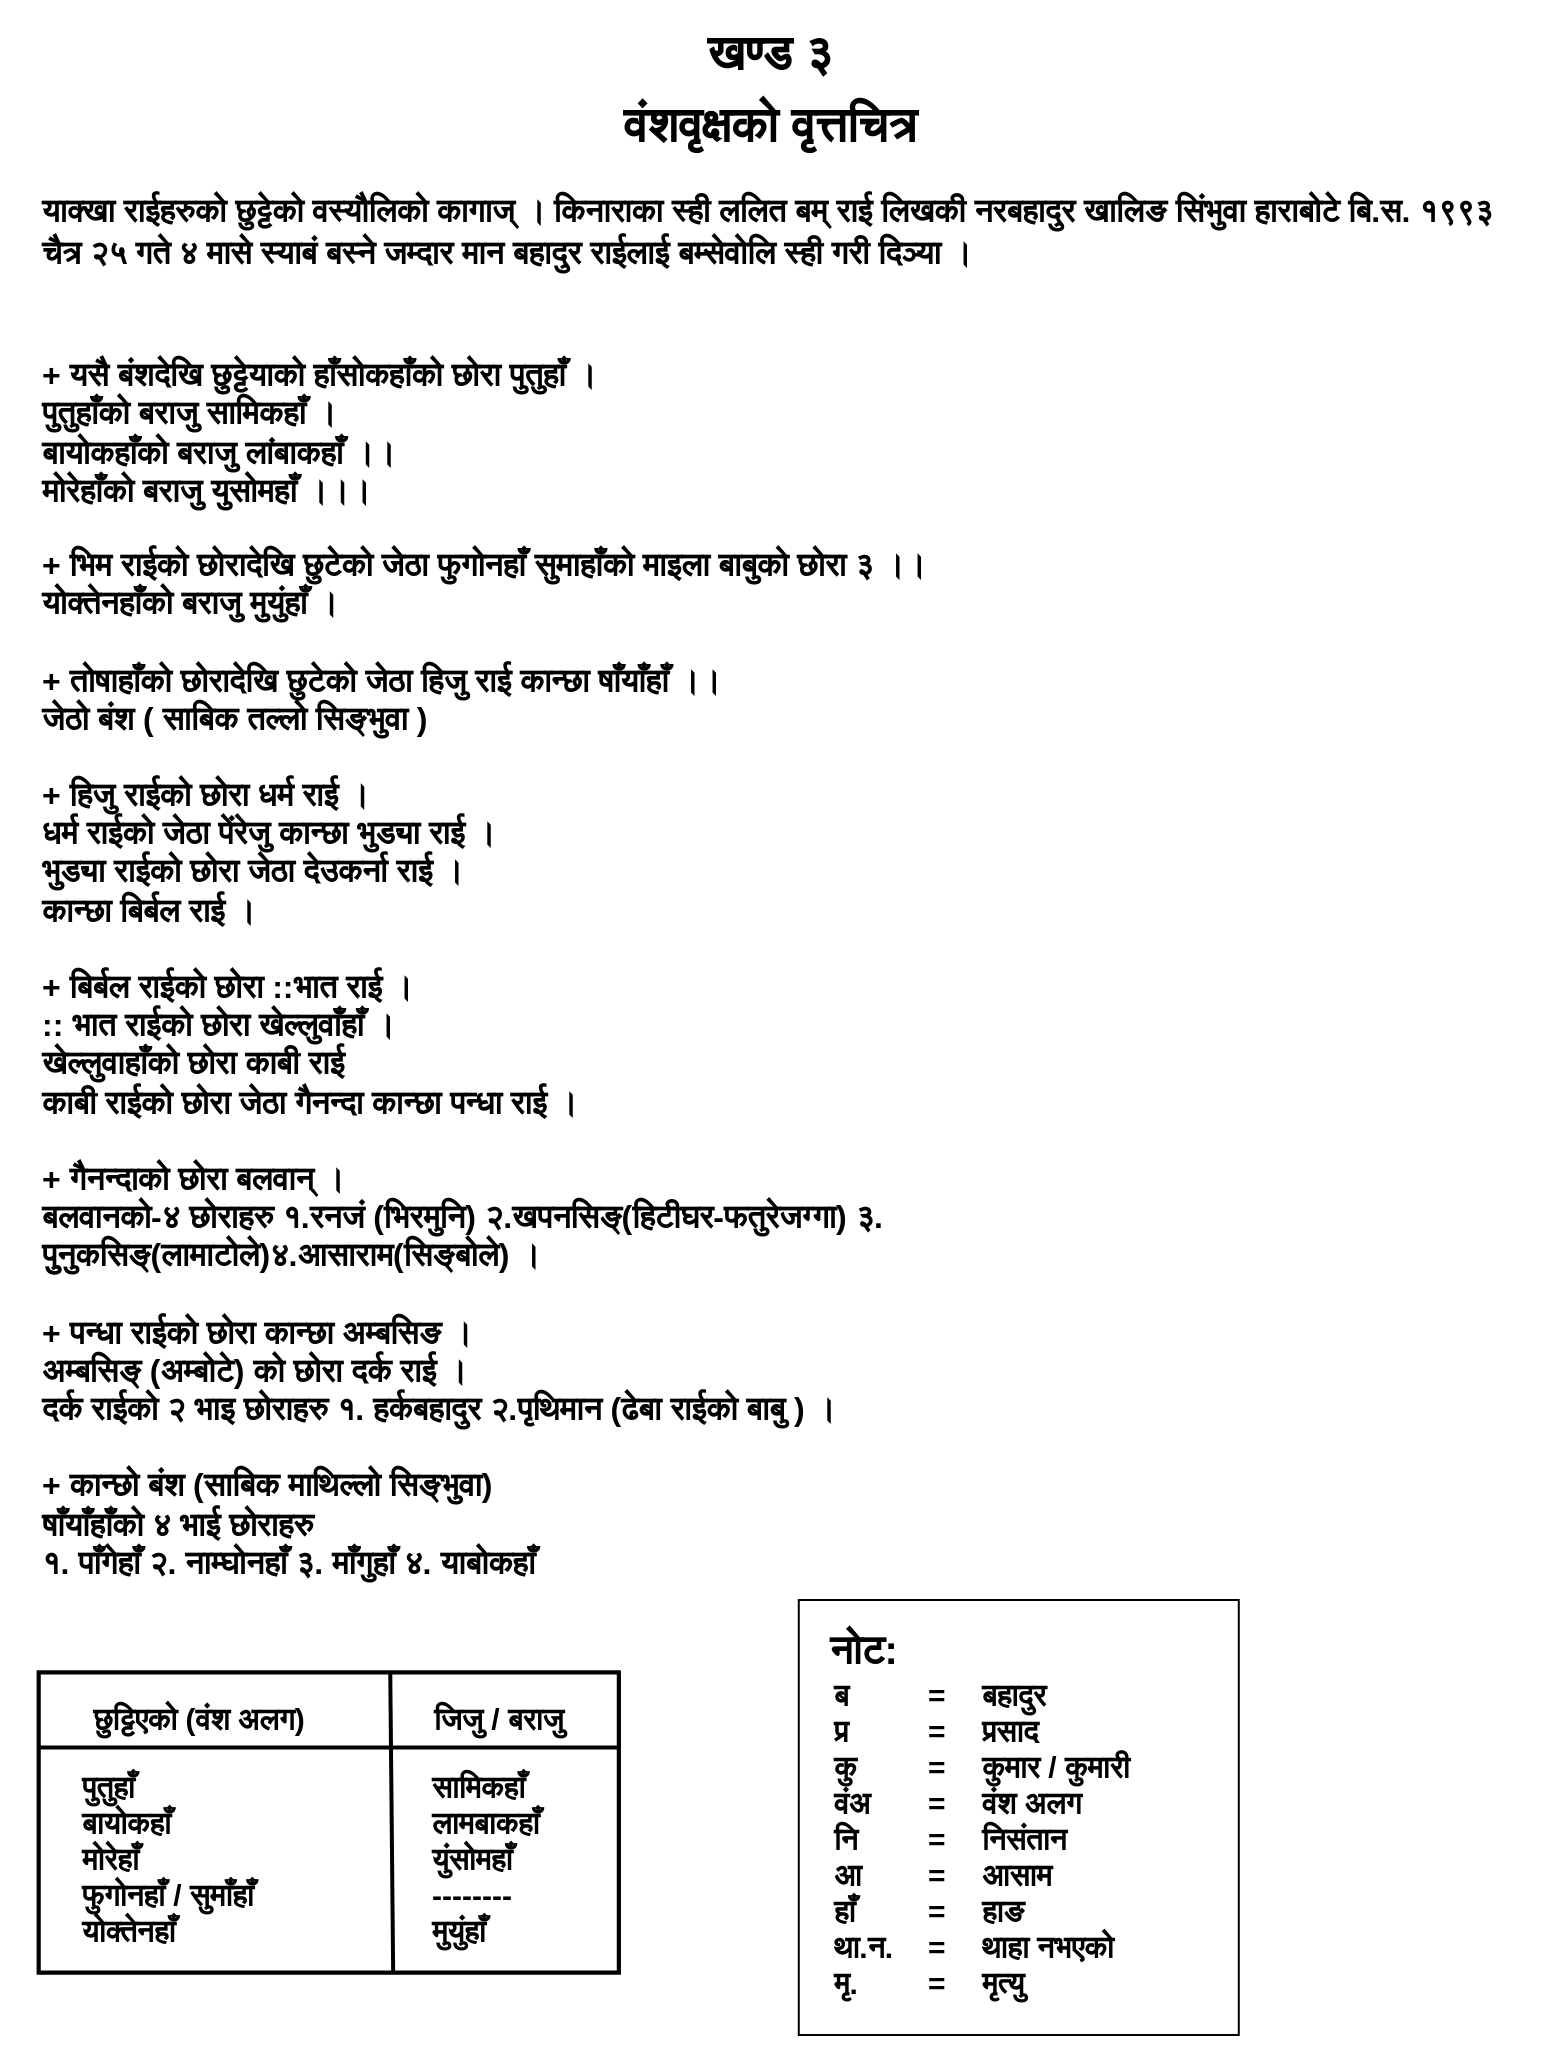
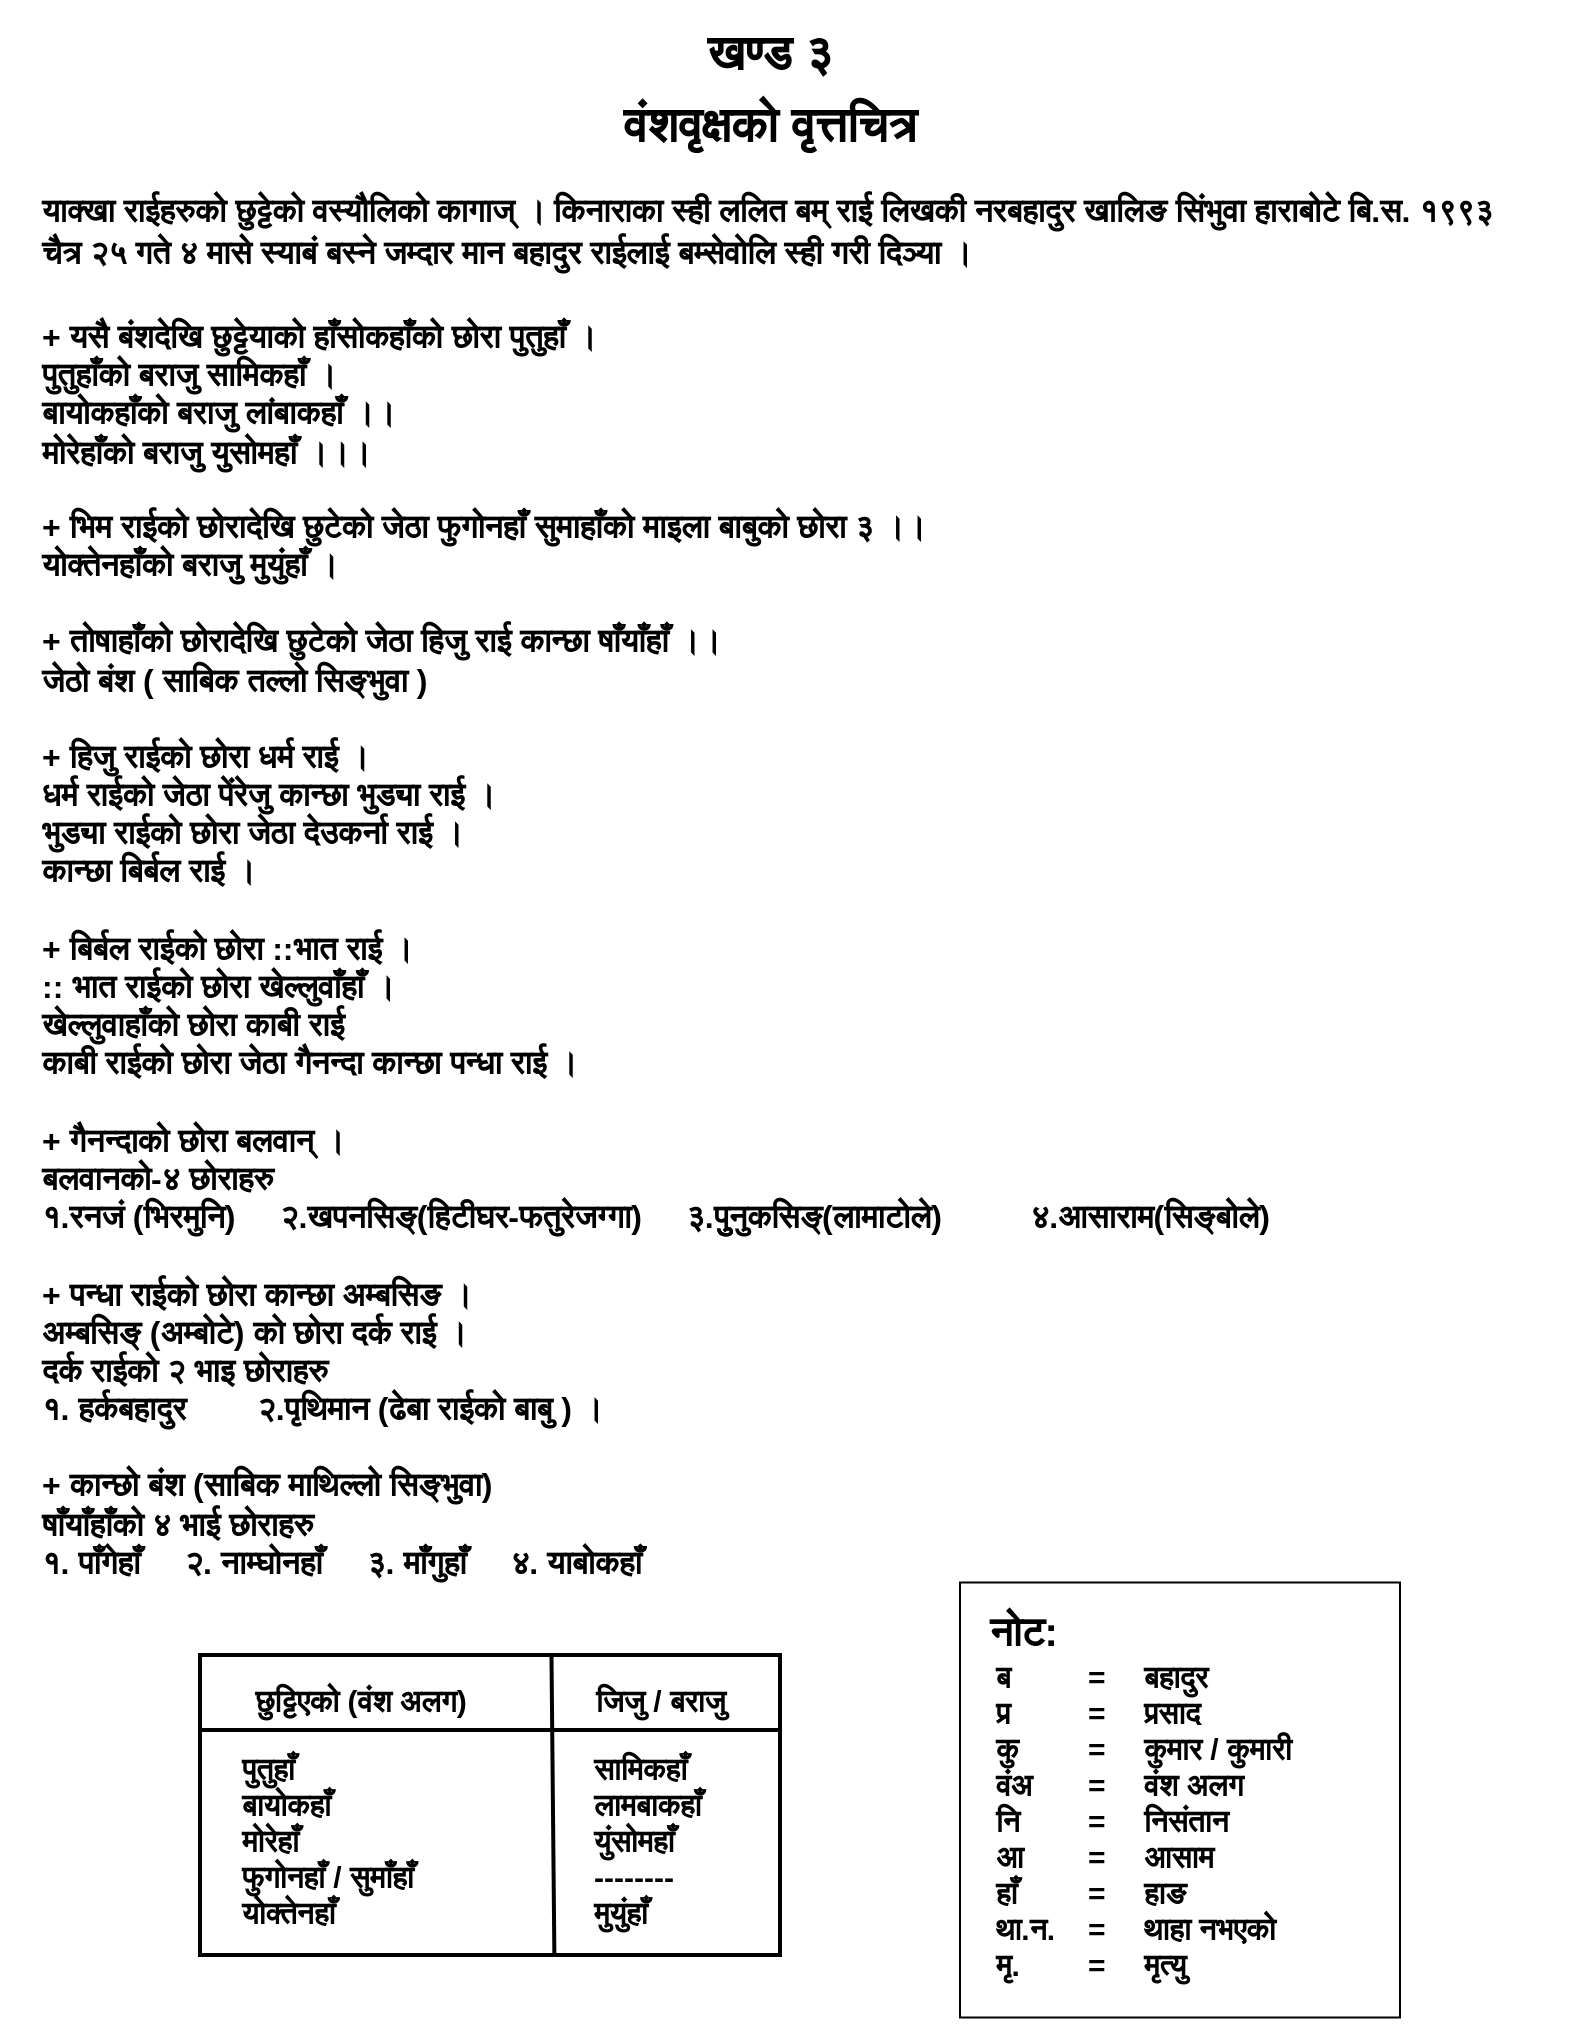
<mxfile host="app.diagrams.net">
  <diagram name="Page-1" id="8f1rnoJ54imUJZ3Wqrcn">
    <mxGraphModel dx="1704" dy="1028" grid="1" gridSize="10" guides="1" tooltips="1" connect="1" arrows="1" fold="1" page="1" pageScale="1" pageWidth="850" pageHeight="1100" math="0" shadow="0">
      <root>
        <mxCell id="0" />
        <mxCell id="1" parent="0" />
        <mxCell id="NBtEsrI96ws6vpRakEqm-1" parent="1" style="rounded=0;whiteSpace=wrap;html=1;" value="" vertex="1">
-           <mxGeometry height="217.5" width="220" x="449.39" y="830" as="geometry" />
+           <mxGeometry height="217.5" width="220" x="530" y="821.25" as="geometry" />
        </mxCell>
        <mxCell id="NBtEsrI96ws6vpRakEqm-2" parent="1" style="text;whiteSpace=wrap;html=1;align=left;fontSize=15;verticalAlign=bottom;fontStyle=1;strokeWidth=2;" value="&lt;font style=&quot;line-height: 1.3;&quot;&gt;&lt;br&gt;&lt;font style=&quot;font-size: 16px;&quot;&gt;याक्खा राईहरुको छुट्टेको वस्यौलिको कागाज् । किनाराका स्ही ललित बम् राई लिखकी नरबहादुर खालिङ सिंभुवा हाराबोटे बि.स. १९९३ चैत्र २५ गते ४ मासे स्याबं बस्ने जम्दार मान बहादुर राईलाई बम्सेवोलि स्ही गरी दिञ्या ।&lt;/font&gt;&lt;/font&gt;" vertex="1">
          <mxGeometry height="70" width="740" x="69.39" y="100" as="geometry" />
        </mxCell>
-         <mxCell id="NBtEsrI96ws6vpRakEqm-3" parent="1" style="text;whiteSpace=wrap;html=1;align=left;fontSize=15;verticalAlign=bottom;fontStyle=1;strokeWidth=2;" value="&lt;div&gt;&lt;font style=&quot;font-size: 16px;&quot;&gt;+ यसै बंशदेखि छुट्टेयाको हाँसोकहाँको छोरा पुतुहाँ ।&lt;/font&gt;&lt;/div&gt;&lt;div&gt;&lt;font style=&quot;font-size: 16px;&quot;&gt;पुतुहाँको बराजु सामिकहाँ ।&lt;/font&gt;&lt;/div&gt;&lt;div&gt;&lt;font style=&quot;font-size: 16px;&quot;&gt;बायोकहाँको बराजु लांबाकहाँ ।।&lt;/font&gt;&lt;/div&gt;&lt;div&gt;&lt;font style=&quot;font-size: 16px;&quot;&gt;मोरेहाँको बराजु युसोमहाँ ।।।&lt;/font&gt;&lt;/div&gt;&lt;div&gt;&lt;br&gt;&lt;/div&gt;&lt;div&gt;&lt;font style=&quot;font-size: 16px;&quot;&gt;+ भिम राईको छोरादेखि छुटेको जेठा फुगोनहाँ सुमाहाँको माइला बाबुको छोरा ३ ।।&lt;/font&gt;&lt;/div&gt;&lt;div&gt;&lt;font style=&quot;font-size: 16px;&quot;&gt;योक्तेनहाँको बराजु मुयुंहाँ ।&lt;/font&gt;&lt;/div&gt;&lt;div&gt;&lt;font style=&quot;font-size: 16px;&quot;&gt;&lt;br&gt;&lt;/font&gt;&lt;/div&gt;&lt;div&gt;&lt;font style=&quot;font-size: 16px;&quot;&gt;+ तोषाहाँको छोरादेखि छुटेको जेठा हिजु राई कान्छा षाँयाँहाँ ।।&lt;/font&gt;&lt;/div&gt;&lt;div&gt;&lt;font style=&quot;font-size: 16px;&quot;&gt;जेठो बंश ( साबिक तल्लो सिङ्भुवा )&lt;/font&gt;&lt;/div&gt;&lt;div&gt;&lt;font style=&quot;font-size: 16px;&quot;&gt;&lt;br&gt;&lt;/font&gt;&lt;/div&gt;&lt;div&gt;&lt;font style=&quot;font-size: 16px;&quot;&gt;+ हिजु राईको छोरा धर्म राई ।&lt;/font&gt;&lt;/div&gt;&lt;div&gt;&lt;font style=&quot;font-size: 16px;&quot;&gt;धर्म राईको जेठा पेंरेजु कान्छा भुड्या राई ।&lt;/font&gt;&lt;/div&gt;&lt;div&gt;&lt;font style=&quot;font-size: 16px;&quot;&gt;भुड्या राईको छोरा जेठा देउकर्ना राई ।&lt;/font&gt;&lt;/div&gt;&lt;div&gt;&lt;font style=&quot;font-size: 16px;&quot;&gt;कान्छा बिर्बल राई ।&lt;/font&gt;&lt;/div&gt;&lt;div&gt;&lt;font style=&quot;font-size: 16px;&quot;&gt;&lt;br&gt;&lt;/font&gt;&lt;/div&gt;&lt;div&gt;&lt;font style=&quot;font-size: 16px;&quot;&gt;+ बिर्बल राईको छोरा ::भात राई ।&lt;/font&gt;&lt;/div&gt;&lt;div&gt;&lt;font style=&quot;font-size: 16px;&quot;&gt;:: भात राईको छोरा खेल्लुवाँहाँ ।&lt;/font&gt;&lt;/div&gt;&lt;div&gt;&lt;font style=&quot;font-size: 16px;&quot;&gt;खेल्लुवाहाँको छोरा काबी राई&amp;nbsp;&lt;/font&gt;&lt;/div&gt;&lt;div&gt;&lt;font style=&quot;font-size: 16px;&quot;&gt;काबी राईको छोरा जेठा गैनन्दा कान्छा पन्धा राई ।&lt;/font&gt;&lt;/div&gt;&lt;div&gt;&lt;font style=&quot;font-size: 16px;&quot;&gt;&lt;br&gt;&lt;/font&gt;&lt;/div&gt;&lt;div&gt;&lt;font style=&quot;font-size: 16px;&quot;&gt;+ गैनन्दाको छोरा बलवान् ।&lt;/font&gt;&lt;/div&gt;&lt;div&gt;&lt;font style=&quot;font-size: 16px;&quot;&gt;बलवानको-४ छोराहरु १.रनजं (भिरमुनि) २.खपनसिङ्(हिटीघर-फतुरेजग्गा) ३.&lt;/font&gt;&lt;/div&gt;&lt;div&gt;&lt;font style=&quot;font-size: 16px;&quot;&gt;पुुनुकसिङ्(लामाटोले)४.आसाराम(सिङ्बोले) ।&lt;/font&gt;&lt;/div&gt;&lt;div&gt;&lt;font style=&quot;font-size: 16px;&quot;&gt;&lt;br&gt;&lt;/font&gt;&lt;/div&gt;&lt;div&gt;&lt;font style=&quot;font-size: 16px;&quot;&gt;+ पन्धा राईको छोरा कान्छा अम्बसिङ ।&lt;/font&gt;&lt;/div&gt;&lt;div&gt;&lt;font style=&quot;font-size: 16px;&quot;&gt;अम्बसिङ् (अम्बोटे) को छोरा दर्क राई ।&lt;/font&gt;&lt;/div&gt;&lt;div&gt;&lt;font style=&quot;font-size: 16px;&quot;&gt;दर्क राईको २ भाइ छोराहरु १. हर्कबहादुर २.पृथिमान (ढेबा राईको बाबु ) ।&lt;/font&gt;&lt;/div&gt;&lt;div&gt;&lt;font style=&quot;font-size: 16px;&quot;&gt;&lt;br&gt;&lt;/font&gt;&lt;/div&gt;&lt;div&gt;&lt;font style=&quot;font-size: 16px;&quot;&gt;+ कान्छो बंश (साबिक माथिल्लो सिङ्भुवा)&lt;/font&gt;&lt;/div&gt;&lt;div&gt;&lt;font style=&quot;font-size: 16px;&quot;&gt;षाँयाँहाँको ४ भाई छोराहरु&amp;nbsp;&lt;/font&gt;&lt;/div&gt;&lt;div&gt;&lt;font style=&quot;font-size: 16px;&quot;&gt;१. पाँगेहाँ २. नाम्घोनहाँ ३. माँगुहाँ ४. याबोकहाँ&amp;nbsp;&lt;/font&gt;&lt;/div&gt;" vertex="1">
-           <mxGeometry height="692.5" width="565" x="69.39" y="130" as="geometry" />
+         <mxCell id="NBtEsrI96ws6vpRakEqm-3" parent="1" style="text;whiteSpace=wrap;html=1;align=left;fontSize=15;verticalAlign=bottom;fontStyle=1;strokeWidth=2;" value="&lt;div&gt;&lt;font style=&quot;font-size: 16px;&quot;&gt;+ यसै बंशदेखि छुट्टेयाको हाँसोकहाँको छोरा पुतुहाँ ।&lt;/font&gt;&lt;/div&gt;&lt;div&gt;&lt;font style=&quot;font-size: 16px;&quot;&gt;पुतुहाँको बराजु सामिकहाँ ।&lt;/font&gt;&lt;/div&gt;&lt;div&gt;&lt;font style=&quot;font-size: 16px;&quot;&gt;बायोकहाँको बराजु लांबाकहाँ ।।&lt;/font&gt;&lt;/div&gt;&lt;div&gt;&lt;font style=&quot;font-size: 16px;&quot;&gt;मोरेहाँको बराजु युसोमहाँ ।।।&lt;/font&gt;&lt;/div&gt;&lt;div&gt;&lt;br&gt;&lt;/div&gt;&lt;div&gt;&lt;font style=&quot;font-size: 16px;&quot;&gt;+ भिम राईको छोरादेखि छुटेको जेठा फुगोनहाँ सुमाहाँको माइला बाबुको छोरा ३ ।।&lt;/font&gt;&lt;/div&gt;&lt;div&gt;&lt;font style=&quot;font-size: 16px;&quot;&gt;योक्तेनहाँको बराजु मुयुंहाँ ।&lt;/font&gt;&lt;/div&gt;&lt;div&gt;&lt;font style=&quot;font-size: 16px;&quot;&gt;&lt;br&gt;&lt;/font&gt;&lt;/div&gt;&lt;div&gt;&lt;font style=&quot;font-size: 16px;&quot;&gt;+ तोषाहाँको छोरादेखि छुटेको जेठा हिजु राई कान्छा षाँयाँहाँ ।।&lt;/font&gt;&lt;/div&gt;&lt;div&gt;&lt;font style=&quot;font-size: 16px;&quot;&gt;जेठो बंश ( साबिक तल्लो सिङ्भुवा )&lt;/font&gt;&lt;/div&gt;&lt;div&gt;&lt;font style=&quot;font-size: 16px;&quot;&gt;&lt;br&gt;&lt;/font&gt;&lt;/div&gt;&lt;div&gt;&lt;font style=&quot;font-size: 16px;&quot;&gt;+ हिजु राईको छोरा धर्म राई ।&lt;/font&gt;&lt;/div&gt;&lt;div&gt;&lt;font style=&quot;font-size: 16px;&quot;&gt;धर्म राईको जेठा पेंरेजु कान्छा भुड्या राई ।&lt;/font&gt;&lt;/div&gt;&lt;div&gt;&lt;font style=&quot;font-size: 16px;&quot;&gt;भुड्या राईको छोरा जेठा देउकर्ना राई ।&lt;/font&gt;&lt;/div&gt;&lt;div&gt;&lt;font style=&quot;font-size: 16px;&quot;&gt;कान्छा बिर्बल राई ।&lt;/font&gt;&lt;/div&gt;&lt;div&gt;&lt;font style=&quot;font-size: 16px;&quot;&gt;&lt;br&gt;&lt;/font&gt;&lt;/div&gt;&lt;div&gt;&lt;font style=&quot;font-size: 16px;&quot;&gt;+ बिर्बल राईको छोरा ::भात राई ।&lt;/font&gt;&lt;/div&gt;&lt;div&gt;&lt;font style=&quot;font-size: 16px;&quot;&gt;:: भात राईको छोरा खेल्लुवाँहाँ ।&lt;/font&gt;&lt;/div&gt;&lt;div&gt;&lt;font style=&quot;font-size: 16px;&quot;&gt;खेल्लुवाहाँको छोरा काबी राई&amp;nbsp;&lt;/font&gt;&lt;/div&gt;&lt;div&gt;&lt;font style=&quot;font-size: 16px;&quot;&gt;काबी राईको छोरा जेठा गैनन्दा कान्छा पन्धा राई ।&lt;/font&gt;&lt;/div&gt;&lt;div&gt;&lt;font style=&quot;font-size: 16px;&quot;&gt;&lt;br&gt;&lt;/font&gt;&lt;/div&gt;&lt;div&gt;&lt;font style=&quot;font-size: 16px;&quot;&gt;+ गैनन्दाको छोरा बलवान् ।&lt;/font&gt;&lt;/div&gt;&lt;div&gt;&lt;font style=&quot;font-size: 16px;&quot;&gt;बलवानको-४ छोराहरु&lt;/font&gt;&lt;/div&gt;&lt;div&gt;&lt;font style=&quot;font-size: 16px;&quot;&gt;१.रनजं (भिरमुनि)&amp;nbsp; &amp;nbsp; &amp;nbsp;२.खपनसिङ्(हिटीघर-फतुरेजग्गा)&amp;nbsp; &amp;nbsp; &amp;nbsp;३.&lt;/font&gt;&lt;span style=&quot;font-size: 16px; background-color: transparent; color: light-dark(rgb(0, 0, 0), rgb(255, 255, 255));&quot;&gt;पुुनुकसिङ्(लामाटोले)&lt;/span&gt;&lt;span style=&quot;font-size: 16px;&quot;&gt;&amp;nbsp; &amp;nbsp; &amp;nbsp; &amp;nbsp; &amp;nbsp;&amp;nbsp;&lt;/span&gt;&lt;span style=&quot;font-size: 16px; background-color: transparent; color: light-dark(rgb(0, 0, 0), rgb(255, 255, 255));&quot;&gt;४.आसाराम(सिङ्बोले)&lt;/span&gt;&lt;/div&gt;&lt;div&gt;&lt;font style=&quot;font-size: 16px;&quot;&gt;&lt;br&gt;&lt;/font&gt;&lt;/div&gt;&lt;div&gt;&lt;font style=&quot;font-size: 16px;&quot;&gt;+ पन्धा राईको छोरा कान्छा अम्बसिङ ।&lt;/font&gt;&lt;/div&gt;&lt;div&gt;&lt;font style=&quot;font-size: 16px;&quot;&gt;अम्बसिङ् (अम्बोटे) को छोरा दर्क राई ।&lt;/font&gt;&lt;/div&gt;&lt;div&gt;&lt;font style=&quot;font-size: 16px;&quot;&gt;दर्क राईको २ भाइ छोराहरु&lt;/font&gt;&lt;/div&gt;&lt;div&gt;&lt;font style=&quot;font-size: 16px;&quot;&gt;१. हर्कबहादुर&amp;nbsp; &amp;nbsp; &amp;nbsp; &amp;nbsp; २.पृथिमान (ढेबा राईको बाबु ) ।&lt;/font&gt;&lt;/div&gt;&lt;div&gt;&lt;font style=&quot;font-size: 16px;&quot;&gt;&lt;br&gt;&lt;/font&gt;&lt;/div&gt;&lt;div&gt;&lt;font style=&quot;font-size: 16px;&quot;&gt;+ कान्छो बंश (साबिक माथिल्लो सिङ्भुवा)&lt;/font&gt;&lt;/div&gt;&lt;div&gt;&lt;font style=&quot;font-size: 16px;&quot;&gt;षाँयाँहाँको ४ भाई छोराहरु&amp;nbsp;&lt;/font&gt;&lt;/div&gt;&lt;div&gt;&lt;font style=&quot;font-size: 16px;&quot;&gt;१. पाँगेहाँ&amp;nbsp; &amp;nbsp; &amp;nbsp;२. नाम्घोनहाँ&amp;nbsp; &amp;nbsp; &amp;nbsp;३. माँगुहाँ&amp;nbsp; &amp;nbsp; &amp;nbsp;४. याबोकहाँ&amp;nbsp;&lt;/font&gt;&lt;/div&gt;" vertex="1">
+           <mxGeometry height="692.5" width="770.61" x="69.39" y="130" as="geometry" />
        </mxCell>
        <mxCell id="NBtEsrI96ws6vpRakEqm-4" parent="1" style="text;whiteSpace=wrap;html=1;fontSize=30;align=center;strokeWidth=2;" value="&lt;b&gt;&lt;font style=&quot;font-size: 24px;&quot;&gt;खण्ड ३&lt;/font&gt;&lt;/b&gt;&lt;div&gt;&lt;b&gt;&lt;font style=&quot;font-size: 24px;&quot;&gt;वंशवृक्षको वृत्तचित्र&lt;/font&gt;&lt;/b&gt;&lt;/div&gt;" vertex="1">
          <mxGeometry height="50" width="770" x="50" y="30" as="geometry" />
        </mxCell>
        <mxCell id="NBtEsrI96ws6vpRakEqm-5" parent="1" style="rounded=0;whiteSpace=wrap;html=1;fontSize=15;align=left;fontStyle=1;strokeWidth=2;" value="" vertex="1">
-           <mxGeometry height="150" width="290" x="69.39" y="866.25" as="geometry" />
+           <mxGeometry height="150" width="290" x="150" y="857.5" as="geometry" />
        </mxCell>
        <mxCell id="NBtEsrI96ws6vpRakEqm-6" parent="1" style="text;html=1;align=center;verticalAlign=middle;resizable=0;points=[];autosize=1;strokeColor=none;fillColor=none;fontSize=15;fontStyle=1;strokeWidth=2;" value="&lt;span style=&quot;font-size: 15px;&quot;&gt;छुट्टिएको (&lt;/span&gt;&lt;span style=&quot;font-size: 15px;&quot;&gt;&lt;span style=&quot;font-size: 15px;&quot;&gt;वंश अलग&lt;/span&gt;&lt;/span&gt;&lt;span style=&quot;font-size: 15px;&quot;&gt;)&lt;/span&gt;" vertex="1">
-           <mxGeometry height="20" width="140" x="79.39" y="878.75" as="geometry" />
+           <mxGeometry height="20" width="140" x="160" y="870" as="geometry" />
        </mxCell>
        <mxCell id="NBtEsrI96ws6vpRakEqm-7" parent="1" style="text;html=1;align=center;verticalAlign=middle;resizable=0;points=[];autosize=1;strokeColor=none;fillColor=none;fontSize=15;fontStyle=1;strokeWidth=2;" value="&lt;span style=&quot;font-size: 15px;&quot;&gt;जिजु / बराजु&amp;nbsp;&lt;/span&gt;" vertex="1">
-           <mxGeometry height="20" width="100" x="251.46000000000015" y="878.75" as="geometry" />
+           <mxGeometry height="20" width="100" x="332.07000000000016" y="870" as="geometry" />
        </mxCell>
        <mxCell id="NBtEsrI96ws6vpRakEqm-8" parent="1" style="text;html=1;align=left;verticalAlign=middle;resizable=0;points=[];autosize=1;strokeColor=none;fillColor=none;fontSize=15;fontStyle=1;strokeWidth=2;" value="&lt;span style=&quot;font-family: calibri, sans-serif; font-size: 15px; text-align: center;&quot;&gt;पुत्लुङहाँ&lt;br style=&quot;font-size: 15px;&quot;&gt;&lt;/span&gt;बायोकहॅा&lt;br style=&quot;font-size: 15px;&quot;&gt;मोरेहाँ&amp;nbsp;&lt;br style=&quot;font-size: 15px;&quot;&gt;फुगोनहाँ/सुमाँहाँ&lt;br style=&quot;font-size: 15px;&quot;&gt;योक्तेनहाँ" vertex="1">
-           <mxGeometry height="100" width="110" x="88.77999999999987" y="909" as="geometry" />
+           <mxGeometry height="100" width="110" x="169.38999999999987" y="900.25" as="geometry" />
        </mxCell>
        <mxCell id="NBtEsrI96ws6vpRakEqm-9" parent="1" style="text;html=1;strokeColor=none;fillColor=none;align=left;verticalAlign=middle;whiteSpace=wrap;rounded=0;fontSize=15;fontStyle=1;strokeWidth=2;" value="सामिकहाँ&lt;br style=&quot;font-size: 15px;&quot;&gt;लामबाकहॅा&lt;br style=&quot;font-size: 15px;&quot;&gt;युंसोमहाँ&lt;br style=&quot;font-size: 15px;&quot;&gt;&lt;span style=&quot;font-size: 15px;&quot;&gt;--------&lt;br style=&quot;font-size: 15px;&quot;&gt;&lt;/span&gt;मुयुंहाँ" vertex="1">
-           <mxGeometry height="47.5" width="120.01" x="264.37999999999977" y="935.25" as="geometry" />
+           <mxGeometry height="47.5" width="120.01" x="344.9899999999998" y="926.5" as="geometry" />
        </mxCell>
        <mxCell id="NBtEsrI96ws6vpRakEqm-10" edge="1" parent="1" source="NBtEsrI96ws6vpRakEqm-5" style="endArrow=none;html=1;rounded=0;fontSize=15;entryX=0.606;entryY=0.001;entryDx=0;entryDy=0;entryPerimeter=0;exitX=0.611;exitY=0.999;exitDx=0;exitDy=0;exitPerimeter=0;fontStyle=1;strokeWidth=2;" target="NBtEsrI96ws6vpRakEqm-5" value="">
          <mxGeometry height="50" relative="1" width="50" as="geometry">
-             <mxPoint x="284.7500000000001" y="1108.75" as="sourcePoint" />
-             <mxPoint x="91.75000000000013" y="948.75" as="targetPoint" />
+             <mxPoint x="365.3600000000001" y="1100" as="sourcePoint" />
+             <mxPoint x="172.36000000000013" y="940" as="targetPoint" />
          </mxGeometry>
        </mxCell>
        <mxCell id="NBtEsrI96ws6vpRakEqm-11" parent="1" style="text;html=1;align=left;verticalAlign=middle;resizable=0;points=[];autosize=1;strokeColor=none;fillColor=none;fontSize=15;fontStyle=1;strokeWidth=2;" value="&lt;div&gt;&lt;span style=&quot;background-color: transparent; color: light-dark(rgb(0, 0, 0), rgb(255, 255, 255));&quot;&gt;ब&amp;nbsp; &amp;nbsp; &amp;nbsp; &amp;nbsp;&lt;/span&gt;&lt;/div&gt;&lt;div style=&quot;&quot;&gt;&lt;div style=&quot;font-size: 15px;&quot;&gt;प्र&amp;nbsp; &amp;nbsp; &amp;nbsp; &amp;nbsp;&lt;/div&gt;&lt;div style=&quot;font-size: 15px;&quot;&gt;कु&amp;nbsp; &amp;nbsp; &amp;nbsp;&amp;nbsp;&lt;/div&gt;&lt;div style=&quot;font-size: 15px;&quot;&gt;वंअ&amp;nbsp; &amp;nbsp;&amp;nbsp;&lt;/div&gt;&lt;div style=&quot;font-size: 15px;&quot;&gt;नि&amp;nbsp; &amp;nbsp; &amp;nbsp;&lt;/div&gt;&lt;div style=&quot;font-size: 15px;&quot;&gt;आ&amp;nbsp;&amp;nbsp;&lt;/div&gt;&lt;div style=&quot;font-size: 15px;&quot;&gt;हाँ&amp;nbsp; &amp;nbsp;&lt;/div&gt;&lt;div style=&quot;font-size: 15px;&quot;&gt;था.न.&lt;/div&gt;&lt;div style=&quot;&quot;&gt;मृ&lt;span style=&quot;background-color: transparent; color: light-dark(rgb(0, 0, 0), rgb(255, 255, 255));&quot;&gt;.&lt;/span&gt;&lt;/div&gt;&lt;/div&gt;&lt;div style=&quot;font-size: 15px;&quot;&gt;&lt;br&gt;&lt;/div&gt;" vertex="1">
-           <mxGeometry height="190" width="60" x="465.1799999999995" y="862.5" as="geometry" />
+           <mxGeometry height="190" width="60" x="545.7899999999995" y="853.75" as="geometry" />
        </mxCell>
        <mxCell id="NBtEsrI96ws6vpRakEqm-12" edge="1" parent="1" source="NBtEsrI96ws6vpRakEqm-5" style="endArrow=none;html=1;rounded=0;fontSize=15;exitX=1;exitY=0.25;exitDx=0;exitDy=0;entryX=0;entryY=0.25;entryDx=0;entryDy=0;strokeWidth=2;" target="NBtEsrI96ws6vpRakEqm-5" value="">
          <mxGeometry height="50" relative="1" width="50" as="geometry">
-             <mxPoint x="-70.61" y="1046.25" as="sourcePoint" />
-             <mxPoint x="-20.61" y="996.25" as="targetPoint" />
+             <mxPoint x="10" y="1037.5" as="sourcePoint" />
+             <mxPoint x="60" y="987.5" as="targetPoint" />
          </mxGeometry>
        </mxCell>
        <mxCell id="NBtEsrI96ws6vpRakEqm-13" parent="1" style="rounded=0;whiteSpace=wrap;html=1;fontSize=15;align=left;fontStyle=1;strokeWidth=2;" value="" vertex="1">
-           <mxGeometry height="150" width="290" x="69.39" y="866.25" as="geometry" />
+           <mxGeometry height="150" width="290" x="150" y="857.5" as="geometry" />
        </mxCell>
        <mxCell id="NBtEsrI96ws6vpRakEqm-14" parent="1" style="text;html=1;align=center;verticalAlign=middle;resizable=0;points=[];autosize=1;strokeColor=none;fillColor=none;fontSize=15;fontStyle=1;strokeWidth=2;" value="&lt;span style=&quot;font-size: 15px;&quot;&gt;छुट्टिएको (&lt;/span&gt;&lt;span style=&quot;font-size: 15px;&quot;&gt;&lt;span style=&quot;font-size: 15px;&quot;&gt;वंश अलग&lt;/span&gt;&lt;/span&gt;&lt;span style=&quot;font-size: 15px;&quot;&gt;)&lt;/span&gt;" vertex="1">
-           <mxGeometry height="20" width="140" x="79.39" y="878.75" as="geometry" />
+           <mxGeometry height="20" width="140" x="160" y="870" as="geometry" />
        </mxCell>
        <mxCell id="NBtEsrI96ws6vpRakEqm-15" parent="1" style="text;html=1;align=center;verticalAlign=middle;resizable=0;points=[];autosize=1;strokeColor=none;fillColor=none;fontSize=15;fontStyle=1;strokeWidth=2;" value="&lt;span style=&quot;font-size: 15px;&quot;&gt;जिजु / बराजु&amp;nbsp;&lt;/span&gt;" vertex="1">
-           <mxGeometry height="20" width="100" x="251.46000000000015" y="878.75" as="geometry" />
+           <mxGeometry height="20" width="100" x="332.07000000000016" y="870" as="geometry" />
        </mxCell>
        <mxCell id="NBtEsrI96ws6vpRakEqm-16" parent="1" style="text;html=1;align=left;verticalAlign=middle;resizable=0;points=[];autosize=1;strokeColor=none;fillColor=none;fontSize=15;fontStyle=1;strokeWidth=2;" value="&lt;span style=&quot;white-space: normal;&quot;&gt;पुतुहाँ&amp;nbsp;&lt;/span&gt;&lt;span style=&quot;font-family: calibri, sans-serif; font-size: 15px; text-align: center;&quot;&gt;&lt;br style=&quot;font-size: 15px;&quot;&gt;&lt;/span&gt;बायोकहाँ&lt;br style=&quot;font-size: 15px;&quot;&gt;मोरेहाँ&amp;nbsp;&lt;br style=&quot;font-size: 15px;&quot;&gt;फुगोनहाँ /&amp;nbsp;सुमाँहाँ&lt;br style=&quot;font-size: 15px;&quot;&gt;योक्तेनहाँ" vertex="1">
-           <mxGeometry height="100" width="120" x="88.77999999999987" y="909" as="geometry" />
+           <mxGeometry height="100" width="120" x="169.38999999999987" y="900.25" as="geometry" />
        </mxCell>
        <mxCell id="NBtEsrI96ws6vpRakEqm-17" parent="1" style="text;html=1;strokeColor=none;fillColor=none;align=left;verticalAlign=middle;whiteSpace=wrap;rounded=0;fontSize=15;fontStyle=1;strokeWidth=2;" value="सामिकहाँ&lt;br style=&quot;font-size: 15px;&quot;&gt;लामबाकहाँ&lt;br style=&quot;font-size: 15px;&quot;&gt;युंसोमहाँ&lt;br style=&quot;font-size: 15px;&quot;&gt;&lt;span style=&quot;font-size: 15px;&quot;&gt;--------&lt;br style=&quot;font-size: 15px;&quot;&gt;&lt;/span&gt;मुयुंहाँ" vertex="1">
-           <mxGeometry height="47.5" width="120.01" x="264.37999999999977" y="935.25" as="geometry" />
+           <mxGeometry height="47.5" width="120.01" x="344.9899999999998" y="926.5" as="geometry" />
        </mxCell>
        <mxCell id="NBtEsrI96ws6vpRakEqm-18" edge="1" parent="1" source="NBtEsrI96ws6vpRakEqm-13" style="endArrow=none;html=1;rounded=0;fontSize=15;entryX=0.606;entryY=0.001;entryDx=0;entryDy=0;entryPerimeter=0;exitX=0.611;exitY=0.999;exitDx=0;exitDy=0;exitPerimeter=0;fontStyle=1;strokeWidth=2;" target="NBtEsrI96ws6vpRakEqm-13" value="">
          <mxGeometry height="50" relative="1" width="50" as="geometry">
-             <mxPoint x="284.7500000000001" y="1108.75" as="sourcePoint" />
-             <mxPoint x="91.75000000000013" y="948.75" as="targetPoint" />
+             <mxPoint x="365.3600000000001" y="1100" as="sourcePoint" />
+             <mxPoint x="172.36000000000013" y="940" as="targetPoint" />
          </mxGeometry>
        </mxCell>
        <mxCell id="NBtEsrI96ws6vpRakEqm-19" edge="1" parent="1" source="NBtEsrI96ws6vpRakEqm-13" style="endArrow=none;html=1;rounded=0;fontSize=15;exitX=1;exitY=0.25;exitDx=0;exitDy=0;entryX=0;entryY=0.25;entryDx=0;entryDy=0;strokeWidth=2;" target="NBtEsrI96ws6vpRakEqm-13" value="">
          <mxGeometry height="50" relative="1" width="50" as="geometry">
-             <mxPoint x="-70.61" y="1046.25" as="sourcePoint" />
-             <mxPoint x="-20.61" y="996.25" as="targetPoint" />
+             <mxPoint x="10" y="1037.5" as="sourcePoint" />
+             <mxPoint x="60" y="987.5" as="targetPoint" />
          </mxGeometry>
        </mxCell>
        <mxCell id="NBtEsrI96ws6vpRakEqm-20" parent="1" style="text;html=1;align=left;verticalAlign=middle;resizable=0;points=[];autosize=1;strokeColor=none;fillColor=none;fontSize=15;fontStyle=1;strokeWidth=2;" value="&lt;div&gt;&lt;span style=&quot;background-color: transparent; color: light-dark(rgb(0, 0, 0), rgb(255, 255, 255));&quot;&gt;बहादुर&lt;/span&gt;&lt;/div&gt;&lt;div style=&quot;&quot;&gt;&lt;div style=&quot;font-size: 15px;&quot;&gt;प्रसाद&lt;/div&gt;&lt;div style=&quot;font-size: 15px;&quot;&gt;कुमार / कुमारी&lt;/div&gt;&lt;div style=&quot;font-size: 15px;&quot;&gt;वंश अलग&lt;/div&gt;&lt;div style=&quot;font-size: 15px;&quot;&gt;निसंतान&lt;/div&gt;&lt;div style=&quot;font-size: 15px;&quot;&gt;आसाम&lt;/div&gt;&lt;div style=&quot;font-size: 15px;&quot;&gt;हाङ&lt;/div&gt;&lt;div style=&quot;font-size: 15px;&quot;&gt;थाहा नभएको&lt;/div&gt;&lt;div style=&quot;&quot;&gt;मृत्यु&lt;/div&gt;&lt;/div&gt;&lt;div style=&quot;font-size: 15px;&quot;&gt;&lt;br&gt;&lt;/div&gt;" vertex="1">
-           <mxGeometry height="190" width="110" x="539.39" y="862.5" as="geometry" />
+           <mxGeometry height="190" width="110" x="620" y="853.75" as="geometry" />
        </mxCell>
        <mxCell id="NBtEsrI96ws6vpRakEqm-21" parent="1" style="text;html=1;align=left;verticalAlign=middle;resizable=0;points=[];autosize=1;strokeColor=none;fillColor=none;fontSize=15;fontStyle=1;strokeWidth=2;" value="&lt;div style=&quot;line-height: 0%;&quot;&gt;&lt;font style=&quot;font-size: 20px;&quot;&gt;नोट:&lt;/font&gt;&lt;/div&gt;&lt;div style=&quot;font-size: 15px;&quot;&gt;&lt;span style=&quot;font-size: 15px;&quot;&gt;&lt;br&gt;&lt;/span&gt;&lt;/div&gt;&lt;div style=&quot;font-size: 15px;&quot;&gt;&lt;div&gt;&lt;br&gt;&lt;/div&gt;&lt;/div&gt;" vertex="1">
-           <mxGeometry height="50" width="60" x="462.76999999999964" y="847.5" as="geometry" />
+           <mxGeometry height="50" width="60" x="543.3799999999997" y="838.75" as="geometry" />
        </mxCell>
        <mxCell id="NBtEsrI96ws6vpRakEqm-22" parent="1" style="text;html=1;align=left;verticalAlign=middle;resizable=0;points=[];autosize=1;strokeColor=none;fillColor=none;fontSize=15;fontStyle=1;strokeWidth=2;" value="&lt;div&gt;=&lt;/div&gt;&lt;div&gt;=&lt;/div&gt;&lt;div&gt;=&lt;/div&gt;&lt;div&gt;=&lt;/div&gt;&lt;div&gt;=&lt;/div&gt;&lt;div&gt;=&lt;/div&gt;&lt;div&gt;=&lt;/div&gt;&lt;div&gt;=&lt;/div&gt;&lt;div&gt;=&lt;/div&gt;&lt;div&gt;&lt;br&gt;&lt;/div&gt;" vertex="1">
-           <mxGeometry height="190" width="30" x="511.79999999999984" y="862.5" as="geometry" />
+           <mxGeometry height="190" width="30" x="592.4099999999999" y="853.75" as="geometry" />
        </mxCell>
      </root>
    </mxGraphModel>
  </diagram>
</mxfile>
